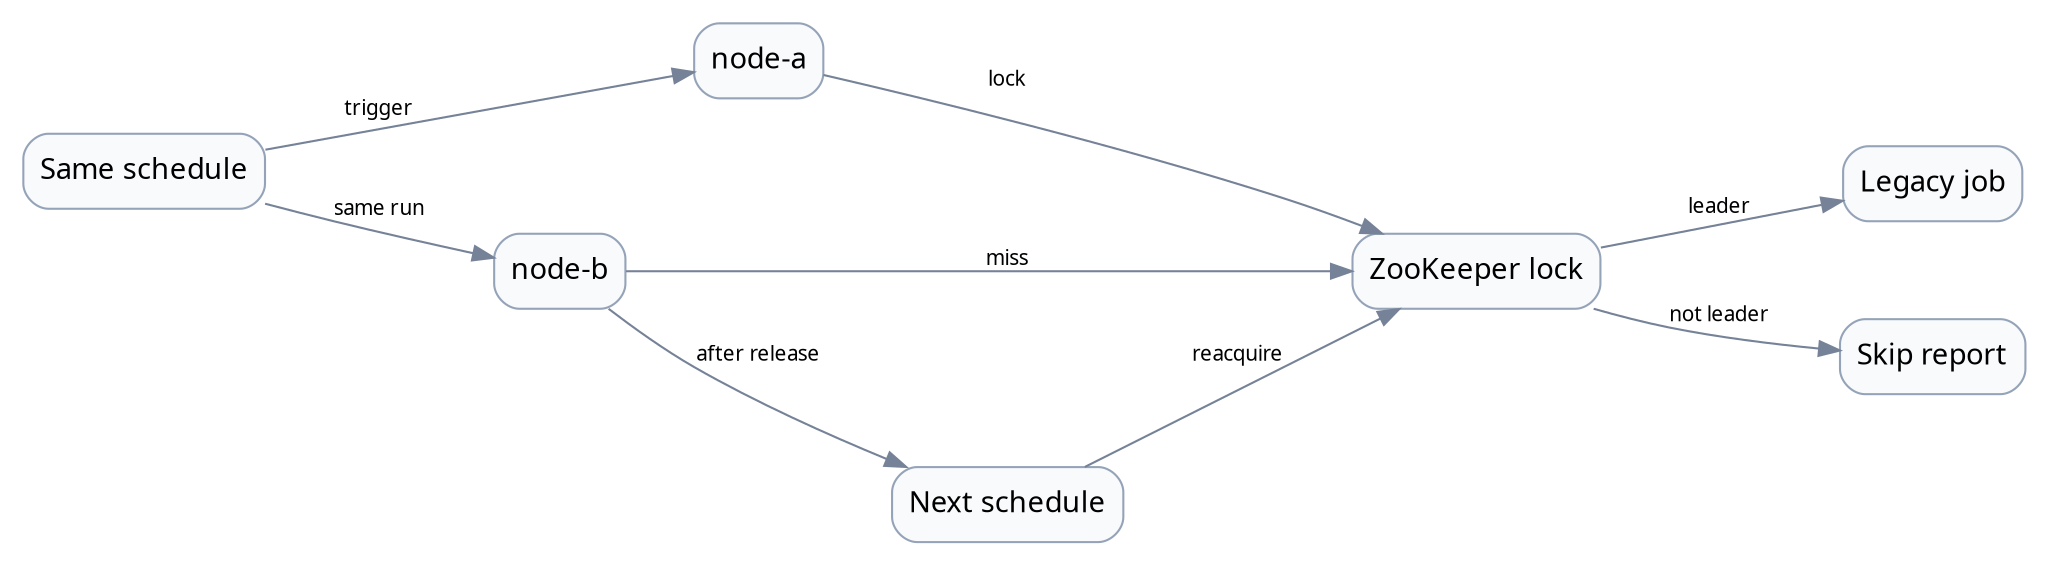
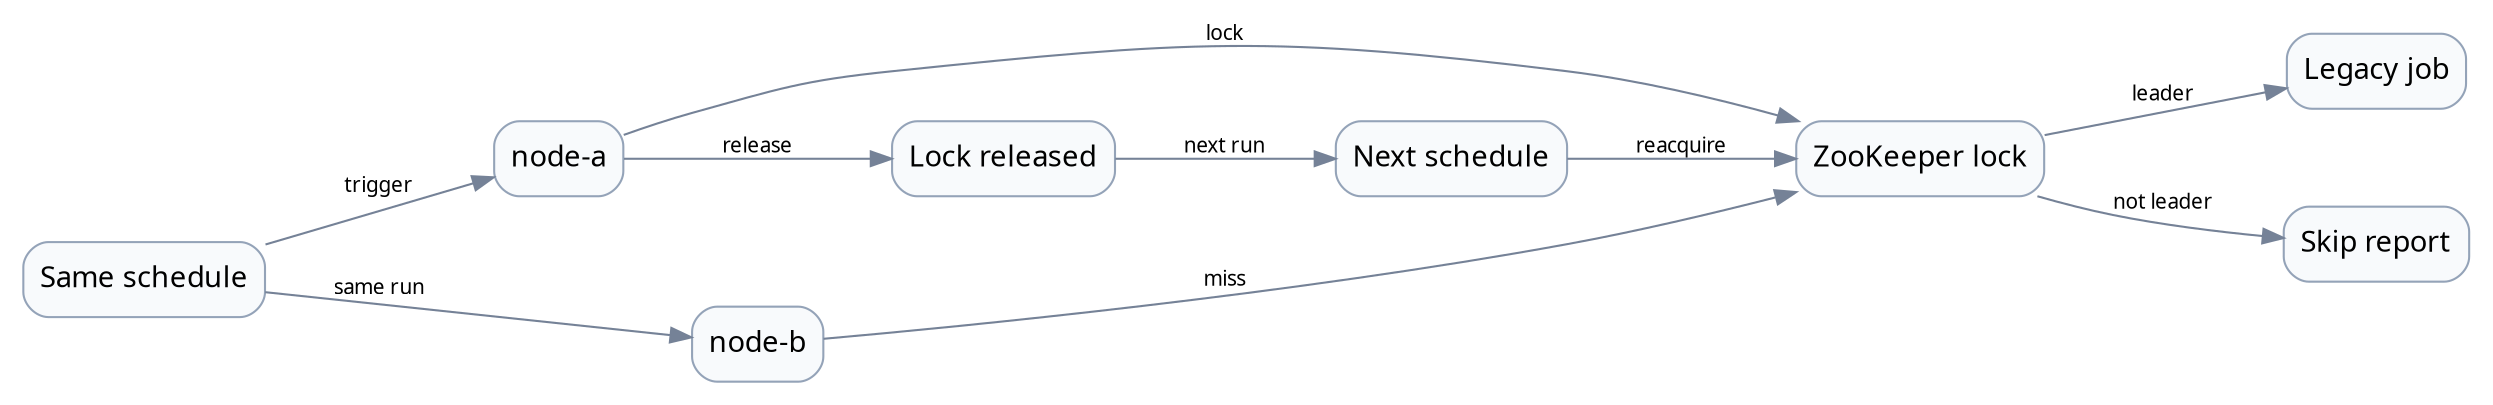
digraph "examples-zookeeper-scheduler-scenario-01" {
  graph [rankdir=LR, bgcolor="transparent", margin=0.1, nodesep=0.65, ranksep=0.9];
  node [shape=box, style="rounded,filled", fillcolor="#f8fafc", color="#94a3b8", fontname="Comic Mono"];
  edge [color="#758297", fontname="Comic Mono", fontsize=10];
  "Same schedule";
  "node-a";
-   "node-b";
  "ZooKeeper lock";
  "Legacy job";
+   "node-b";
  "Skip report";
+   "Lock released";
  "Next schedule";
  "Same schedule" -> "node-a" [label="trigger"];
-   "Same schedule" -> "node-b" [label="same run"];
  "node-a" -> "ZooKeeper lock" [label="lock"];
  "node-b" -> "ZooKeeper lock" [label="miss"];
  "ZooKeeper lock" -> "Legacy job" [label="leader"];
  "ZooKeeper lock" -> "Skip report" [label="not leader"];
-   "node-b" -> "Next schedule" [label="after release"];
+   "Same schedule" -> "node-b" [label="same run"];
+   "node-a" -> "Lock released" [label="release"];
+   "Lock released" -> "Next schedule" [label="next run"];
  "Next schedule" -> "ZooKeeper lock" [label="reacquire"];
}
